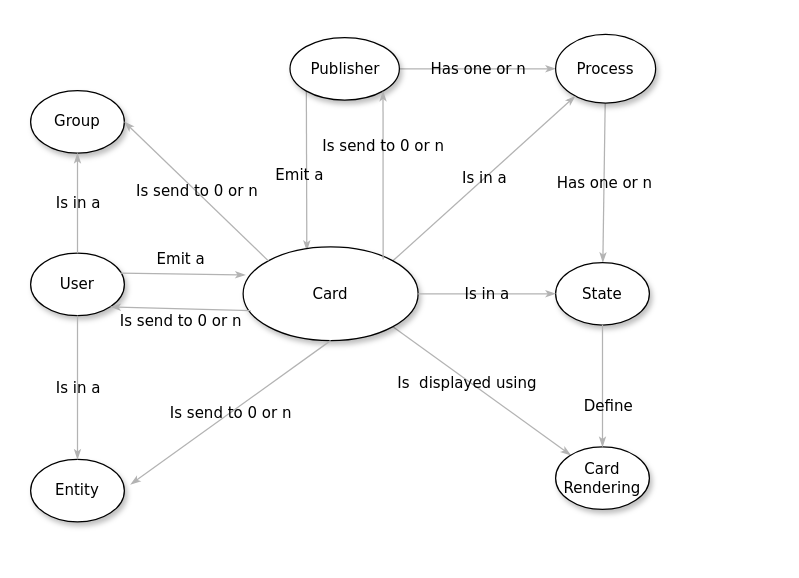
This is src/docs/asciidoc/images/BusinessObjects.drawio from opfab/operatorfabric-core, a draw.io file, before an edit. Source tidied: cells renumbered, new cells numbered last; positions are measured from the earlier drawing's top-left corner, leaving out a move shared by most shapes. Both pictures are drawn from the tidied source at 125%, with x=0, y=0 at pixel (30, 34).
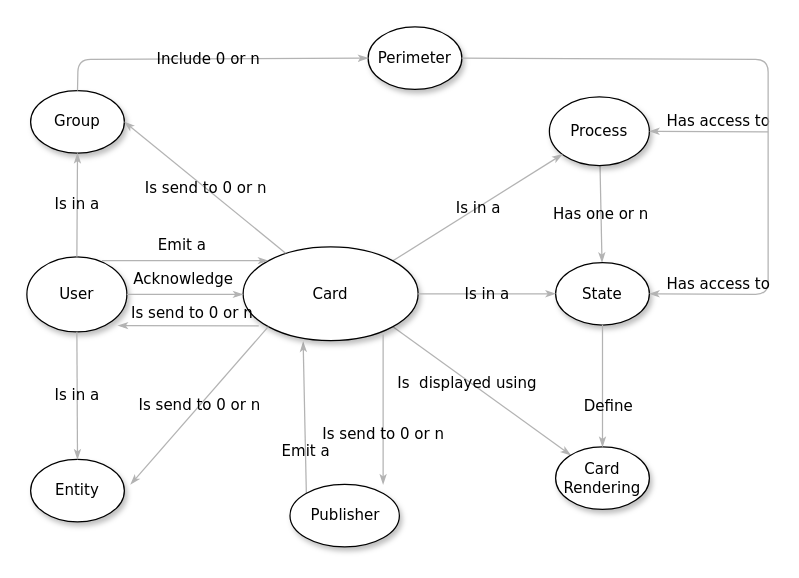
The same page after the edit.

Unchanged cells that the change refers to:
```xml
<mxCell id="9" value="State" style="ellipse;whiteSpace=wrap;html=1;rounded=0;shadow=1;comic=0;labelBackgroundColor=none;strokeWidth=1;fontFamily=Verdana;fontSize=12;align=center;" parent="1" vertex="1">
  <mxGeometry x="420" y="182.5" width="75" height="50" as="geometry" />
</mxCell>
<mxCell id="11" value="Card " style="ellipse;whiteSpace=wrap;html=1;rounded=0;shadow=1;comic=0;labelBackgroundColor=none;strokeWidth=1;fontFamily=Verdana;fontSize=12;align=center;" parent="1" vertex="1">
  <mxGeometry x="170" y="170" width="140" height="75" as="geometry" />
</mxCell>
<mxCell id="14" value="Group" style="ellipse;whiteSpace=wrap;html=1;rounded=0;shadow=1;comic=0;labelBackgroundColor=none;strokeWidth=1;fontFamily=Verdana;fontSize=12;align=center;" parent="1" vertex="1">
  <mxGeometry y="45" width="75" height="50" as="geometry" />
</mxCell>
```

Change to the diagram source:
```diff
@@
-    <mxCell id="2" value="Has one or n" style="edgeStyle=none;rounded=1;html=1;labelBackgroundColor=none;startArrow=none;startFill=0;startSize=5;endArrow=classicThin;endFill=1;endSize=5;jettySize=auto;strokeColor=#B3B3B3;strokeWidth=1;fontFamily=Verdana;fontSize=12;" parent="1" edge="1" source="4" target="7">
-      <mxGeometry relative="1" as="geometry" />
-    </mxCell>
-    <mxCell id="3" value="Emit a " style="edgeStyle=none;rounded=1;html=1;labelBackgroundColor=none;startArrow=none;startFill=0;startSize=5;endArrow=classicThin;endFill=1;endSize=5;jettySize=auto;strokeColor=#B3B3B3;strokeWidth=1;fontFamily=Verdana;fontSize=12;exitX=0;exitY=1;exitDx=0;exitDy=0;entryX=0.364;entryY=0.04;entryDx=0;entryDy=0;entryPerimeter=0;" parent="1" edge="1" source="4" target="11">
-      <mxGeometry x="0.06" y="-7" relative="1" as="geometry">
-        <mxPoint x="1" as="offset" />
-      </mxGeometry>
+    <mxCell id="3" value="Emit a " style="edgeStyle=none;rounded=1;html=1;labelBackgroundColor=none;startArrow=none;startFill=0;startSize=5;endArrow=classicThin;endFill=1;endSize=5;jettySize=auto;strokeColor=#B3B3B3;strokeWidth=1;fontFamily=Verdana;fontSize=12;exitX=0;exitY=0;exitDx=0;exitDy=0;entryX=0.343;entryY=1.013;entryDx=0;entryDy=0;entryPerimeter=0;" parent="1" edge="1" source="4" target="11">
+      <mxGeometry x="-0.45" relative="1" as="geometry" />
     </mxCell>
     <mxCell id="4" value="Publisher" style="ellipse;whiteSpace=wrap;html=1;rounded=0;shadow=1;comic=0;labelBackgroundColor=none;strokeWidth=1;fontFamily=Verdana;fontSize=12;align=center;" parent="1" vertex="1">
-      <mxGeometry x="207.5" y="2.5" width="87.5" height="50" as="geometry" />
+      <mxGeometry x="207.5" y="360" width="87.5" height="50" as="geometry" />
     </mxCell>
@@
     <mxCell id="7" value="Process" style="ellipse;whiteSpace=wrap;html=1;rounded=0;shadow=1;comic=0;labelBackgroundColor=none;strokeWidth=1;fontFamily=Verdana;fontSize=12;align=center;" parent="1" vertex="1">
-      <mxGeometry x="420" width="80" height="55" as="geometry" />
+      <mxGeometry x="415" y="50" width="80" height="55" as="geometry" />
     </mxCell>
@@
     <mxCell id="13" value="User" style="ellipse;whiteSpace=wrap;html=1;rounded=0;shadow=1;comic=0;labelBackgroundColor=none;strokeWidth=1;fontFamily=Verdana;fontSize=12;align=center;" parent="1" vertex="1">
-      <mxGeometry y="175" width="75" height="50" as="geometry" />
+      <mxGeometry x="-3" y="178" width="80" height="60" as="geometry" />
     </mxCell>
@@
-    <mxCell id="16" value="Is send to 0 or n " style="edgeStyle=none;rounded=1;html=1;labelBackgroundColor=none;startArrow=none;startFill=0;startSize=5;endArrow=classicThin;endFill=1;endSize=5;jettySize=auto;strokeColor=#B3B3B3;strokeWidth=1;fontFamily=Verdana;fontSize=12;exitX=0.043;exitY=0.68;exitDx=0;exitDy=0;exitPerimeter=0;" parent="1" edge="1" source="11">
-      <mxGeometry y="10" relative="1" as="geometry">
-        <mxPoint x="64" y="218" as="targetPoint" />
-        <mxPoint y="1" as="offset" />
+    <mxCell id="16" value="Is send to 0 or n " style="edgeStyle=none;rounded=1;html=1;labelBackgroundColor=none;startArrow=none;startFill=0;startSize=5;endArrow=classicThin;endFill=1;endSize=5;jettySize=auto;orthogonalLoop=1;strokeColor=#B3B3B3;strokeWidth=1;fontFamily=Verdana;fontSize=12;entryX=0.91;entryY=0.866;entryDx=0;entryDy=0;entryPerimeter=0;exitX=0.089;exitY=0.803;exitDx=0;exitDy=0;exitPerimeter=0;" parent="1" edge="1">
+      <mxGeometry x="-0.04" y="-10" relative="1" as="geometry">
+        <mxPoint x="182.5" y="233.2" as="sourcePoint" />
+        <mxPoint x="69.8" y="233" as="targetPoint" />
       </mxGeometry>
     </mxCell>
-    <mxCell id="17" value="Is send to 0 or n " style="edgeStyle=none;rounded=1;html=1;labelBackgroundColor=none;startArrow=none;startFill=0;startSize=5;endArrow=classicThin;endFill=1;endSize=5;jettySize=auto;strokeColor=#B3B3B3;strokeWidth=1;fontFamily=Verdana;fontSize=12;exitX=0;exitY=0;exitDx=0;exitDy=0;entryX=1;entryY=0.5;entryDx=0;entryDy=0;" parent="1" edge="1" source="11" target="14">
+    <mxCell id="17" value="Is send to 0 or n " style="edgeStyle=none;rounded=1;html=1;labelBackgroundColor=none;startArrow=none;startFill=0;startSize=5;endArrow=classicThin;endFill=1;endSize=5;jettySize=auto;strokeColor=#B3B3B3;strokeWidth=1;fontFamily=Verdana;fontSize=12;exitX=0.243;exitY=0.067;exitDx=0;exitDy=0;entryX=1;entryY=0.5;entryDx=0;entryDy=0;exitPerimeter=0;" parent="1" edge="1" source="11" target="14">
       <mxGeometry relative="1" as="geometry" />
     </mxCell>
@@
-    <mxCell id="20" value="Is send to 0 or n " style="edgeStyle=none;rounded=1;html=1;labelBackgroundColor=none;startArrow=none;startFill=0;startSize=5;endArrow=classicThin;endFill=1;endSize=5;jettySize=auto;strokeColor=#B3B3B3;strokeWidth=1;fontFamily=Verdana;fontSize=12;exitX=0.5;exitY=1;exitDx=0;exitDy=0;" parent="1" edge="1" source="11">
+    <mxCell id="20" value="Is send to 0 or n " style="edgeStyle=none;rounded=1;html=1;labelBackgroundColor=none;startArrow=none;startFill=0;startSize=5;endArrow=classicThin;endFill=1;endSize=5;jettySize=auto;strokeColor=#B3B3B3;strokeWidth=1;fontFamily=Verdana;fontSize=12;exitX=0;exitY=1;exitDx=0;exitDy=0;" parent="1" edge="1" source="11">
       <mxGeometry relative="1" as="geometry">
         <mxPoint x="80" y="360" as="targetPoint" />
       </mxGeometry>
     </mxCell>
@@
-    <mxCell id="23" value="Emit a " style="edgeStyle=none;rounded=1;html=1;labelBackgroundColor=none;startArrow=none;startFill=0;startSize=5;endArrow=classicThin;endFill=1;endSize=5;jettySize=auto;strokeColor=#B3B3B3;strokeWidth=1;fontFamily=Verdana;fontSize=12;exitX=0.96;exitY=0.32;exitDx=0;exitDy=0;exitPerimeter=0;entryX=0.013;entryY=0.3;entryDx=0;entryDy=0;entryPerimeter=0;" parent="1" edge="1" source="13" target="11">
-      <mxGeometry x="-0.04" y="12" relative="1" as="geometry" />
+    <mxCell id="23" value="Emit a " style="edgeStyle=none;rounded=1;html=1;labelBackgroundColor=none;startArrow=none;startFill=0;startSize=5;endArrow=classicThin;endFill=1;endSize=5;jettySize=auto;strokeColor=#B3B3B3;strokeWidth=1;fontFamily=Verdana;fontSize=12;exitX=0.75;exitY=0.05;exitDx=0;exitDy=0;exitPerimeter=0;" parent="1" edge="1" source="13">
+      <mxGeometry x="-0.04" y="12" relative="1" as="geometry">
+        <mxPoint x="190" y="181" as="targetPoint" />
+      </mxGeometry>
     </mxCell>
-    <mxCell id="24" value="Is send to 0 or n " style="edgeStyle=none;rounded=1;html=1;labelBackgroundColor=none;startArrow=none;startFill=0;startSize=5;endArrow=classicThin;endFill=1;endSize=5;jettySize=auto;strokeColor=#B3B3B3;strokeWidth=1;fontFamily=Verdana;fontSize=12;entryX=1;entryY=1;entryDx=0;entryDy=0;" parent="1" edge="1" target="4">
-      <mxGeometry x="0.34" relative="1" as="geometry">
-        <mxPoint x="282" y="180" as="sourcePoint" />
+    <mxCell id="24" value="Is send to 0 or n " style="edgeStyle=none;rounded=1;html=1;labelBackgroundColor=none;startArrow=none;startFill=0;startSize=5;endArrow=classicThin;endFill=1;endSize=5;jettySize=auto;orthogonalLoop=1;strokeColor=#B3B3B3;strokeWidth=1;fontFamily=Verdana;fontSize=12;" parent="1" edge="1">
+      <mxGeometry x="0.33" relative="1" as="geometry">
+        <mxPoint x="282" y="240" as="sourcePoint" />
+        <mxPoint x="282" y="360" as="targetPoint" />
       </mxGeometry>
     </mxCell>
+    <mxCell id="25" value="Perimeter" style="ellipse;whiteSpace=wrap;html=1;rounded=0;shadow=1;comic=0;labelBackgroundColor=none;strokeWidth=1;fontFamily=Verdana;fontSize=12;align=center;" parent="1" vertex="1">
+      <mxGeometry x="270" y="-6" width="75" height="50" as="geometry" />
+    </mxCell>
+    <mxCell id="26" value="Include 0 or n" style="edgeStyle=none;rounded=1;html=1;labelBackgroundColor=none;startArrow=none;startFill=0;startSize=5;endArrow=classicThin;endFill=1;endSize=5;jettySize=auto;strokeColor=#B3B3B3;strokeWidth=1;fontFamily=Verdana;fontSize=12;exitX=0.5;exitY=0;exitDx=0;exitDy=0;entryX=0;entryY=0.5;entryDx=0;entryDy=0;" parent="1" edge="1" source="14" target="25">
+      <mxGeometry relative="1" as="geometry">
+        <Array as="points">
+          <mxPoint x="38" y="20" />
+        </Array>
+      </mxGeometry>
+    </mxCell>
+    <mxCell id="27" value="Has access to" style="edgeStyle=none;rounded=1;html=1;labelBackgroundColor=none;startArrow=none;startFill=0;startSize=5;endArrow=classicThin;endFill=1;endSize=5;jettySize=auto;strokeColor=#B3B3B3;strokeWidth=1;fontFamily=Verdana;fontSize=12;entryX=1;entryY=0.5;entryDx=0;entryDy=0;" parent="1" edge="1" target="7">
+      <mxGeometry x="-0.16" y="-8" relative="1" as="geometry">
+        <mxPoint x="590" y="78" as="sourcePoint" />
+      </mxGeometry>
+    </mxCell>
+    <mxCell id="28" value="&lt;div&gt;Has access to &lt;/div&gt;" style="edgeStyle=none;rounded=1;html=1;labelBackgroundColor=none;startArrow=none;startFill=0;startSize=5;endArrow=classicThin;endFill=1;endSize=5;jettySize=auto;strokeColor=#B3B3B3;strokeWidth=1;fontFamily=Verdana;fontSize=12;entryX=1;entryY=0.5;entryDx=0;entryDy=0;jumpStyle=none;exitX=1;exitY=0.5;exitDx=0;exitDy=0;" parent="1" edge="1" source="25" target="9">
+      <mxGeometry x="0.79" y="-8" relative="1" as="geometry">
+        <Array as="points">
+          <mxPoint x="590" y="20" />
+          <mxPoint x="590" y="208" />
+        </Array>
+      </mxGeometry>
+    </mxCell>
+    <mxCell id="29" value="Acknowledge" style="edgeStyle=none;rounded=1;html=1;labelBackgroundColor=none;startArrow=none;startFill=0;startSize=5;endArrow=classicThin;endFill=1;endSize=5;jettySize=auto;strokeColor=#B3B3B3;strokeWidth=1;fontFamily=Verdana;fontSize=12;exitX=1;exitY=0.5;exitDx=0;exitDy=0;" parent="1" edge="1" source="13">
+      <mxGeometry x="-0.04" y="12" relative="1" as="geometry">
+        <mxPoint x="170" y="208" as="targetPoint" />
+      </mxGeometry>
+    </mxCell>
```
